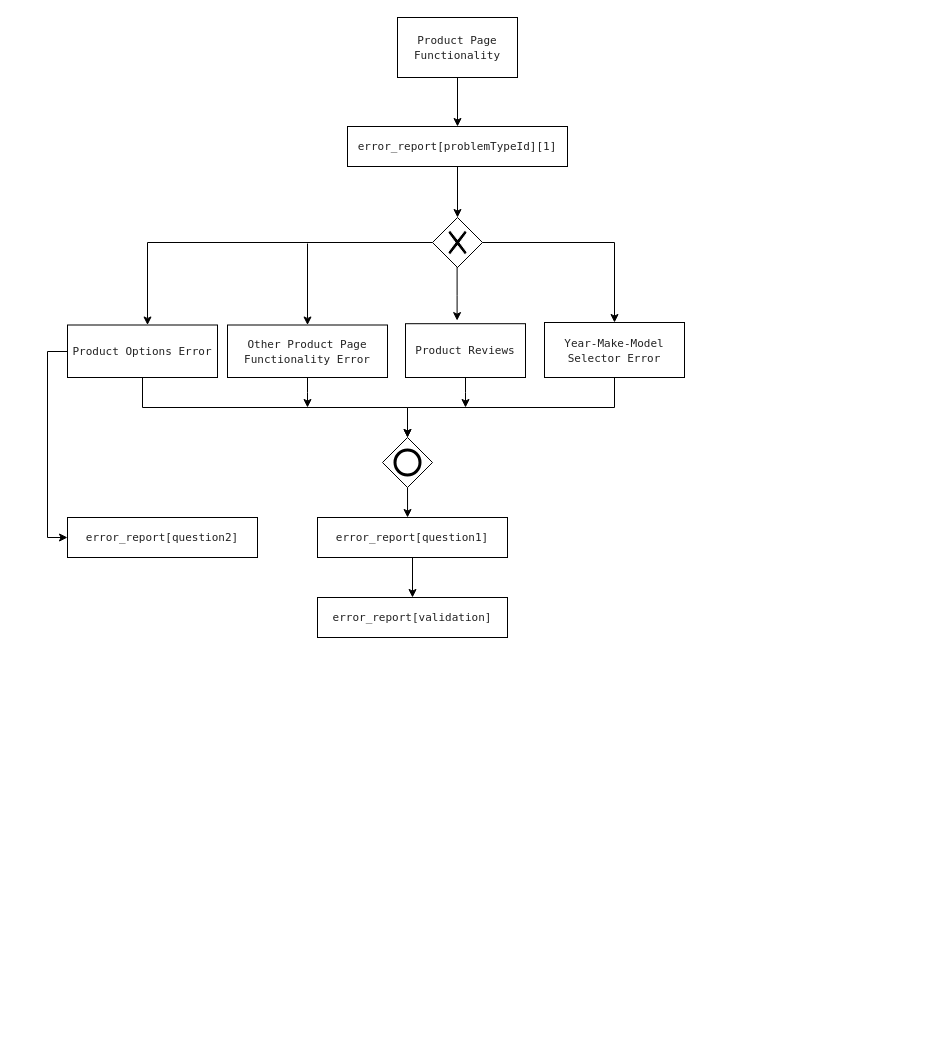
The draw.io diagram page "Product Page Functionality" (6 of 11) of report-error.drawio in yvelio/test, before the edit. Source tidied: cells renumbered, new cells numbered last; positions are measured from the earlier drawing's top-left corner, leaving out a move shared by most shapes. Both pictures are drawn from the tidied source at 100%, with x=0, y=0 at pixel (17, -543).
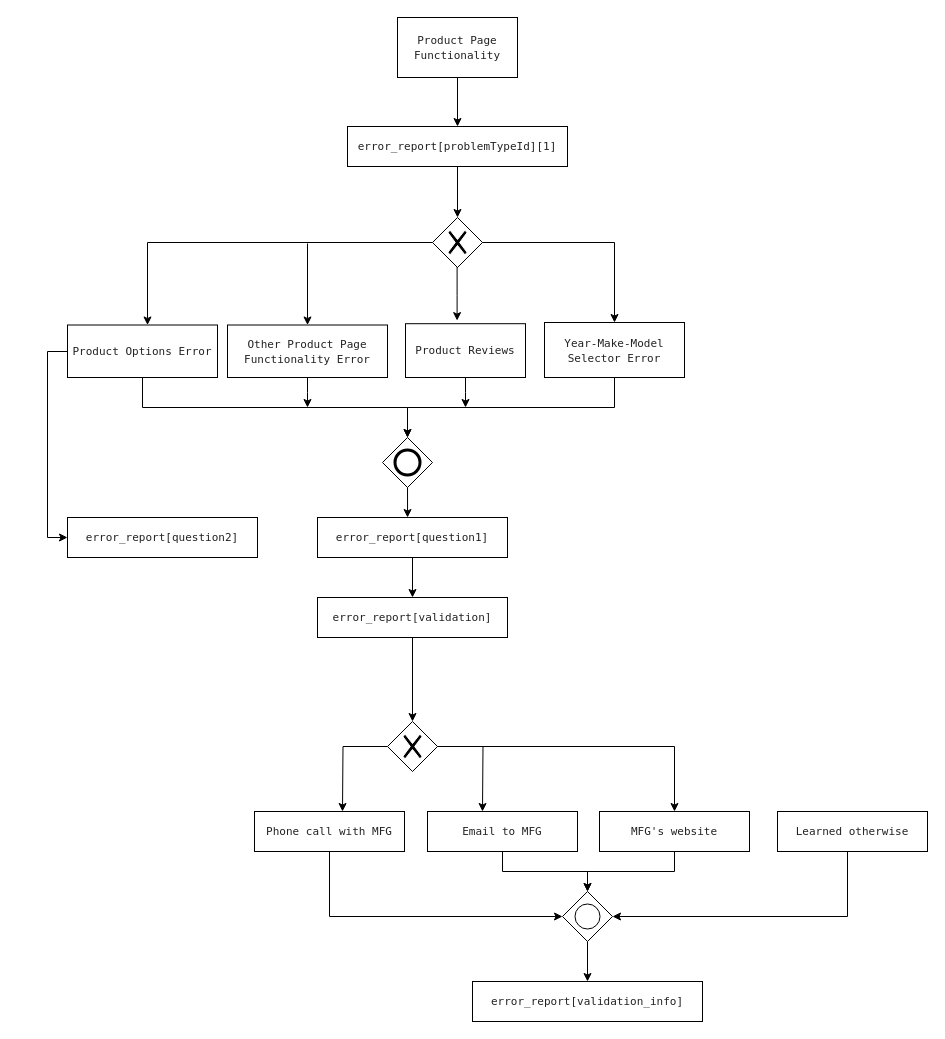
The same page after the edit.

Unchanged cells that the change refers to:
```xml
<mxCell id="19" value="&lt;span style=&quot;color: rgb(34 , 34 , 34) ; font-family: &amp;#34;menlo&amp;#34; , monospace ; font-size: 11px ; text-align: left ; background-color: rgb(255 , 255 , 255)&quot;&gt;error_report[validation]&lt;/span&gt;" style="whiteSpace=wrap;html=1;" parent="5" vertex="1">
  <mxGeometry x="300" y="380" width="190" height="40" as="geometry" />
</mxCell>
```

What changed in the source:
```diff
@@
+    <mxCell id="28" style="edgeStyle=orthogonalEdgeStyle;rounded=0;jettySize=auto;html=1;" parent="1" edge="1" source="42">
+      <mxGeometry relative="1" as="geometry">
+        <mxPoint x="465" y="1354" as="targetPoint" />
+      </mxGeometry>
+    </mxCell>
+    <mxCell id="29" style="edgeStyle=orthogonalEdgeStyle;rounded=0;jettySize=auto;html=1;" parent="1" edge="1" source="42">
+      <mxGeometry relative="1" as="geometry">
+        <mxPoint x="325" y="1354" as="targetPoint" />
+      </mxGeometry>
+    </mxCell>
+    <mxCell id="30" style="edgeStyle=orthogonalEdgeStyle;rounded=0;jettySize=auto;html=1;entryX=0.5;entryY=0;entryDx=0;entryDy=0;" parent="1" edge="1" source="42" target="38">
+      <mxGeometry relative="1" as="geometry" />
+    </mxCell>
+    <mxCell id="31" style="edgeStyle=orthogonalEdgeStyle;rounded=0;jettySize=auto;html=1;" parent="1" edge="1" source="32" target="41">
+      <mxGeometry relative="1" as="geometry" />
+    </mxCell>
+    <mxCell id="32" style="shape=mxgraph.bpmn.shape;html=1;verticalLabelPosition=bottom;labelBackgroundColor=#ffffff;verticalAlign=top;align=center;perimeter=rhombusPerimeter;background=gateway;outlineConnect=0;outline=standard;symbol=general;" parent="1" vertex="1">
+      <mxGeometry x="545" y="1434" width="50" height="50" as="geometry" />
+    </mxCell>
+    <mxCell id="33" style="edgeStyle=orthogonalEdgeStyle;rounded=0;jettySize=auto;html=1;entryX=0;entryY=0.5;entryDx=0;entryDy=0;" parent="1" edge="1" source="36" target="32">
+      <mxGeometry relative="1" as="geometry">
+        <Array as="points">
+          <mxPoint x="312" y="1459" />
+        </Array>
+      </mxGeometry>
+    </mxCell>
+    <mxCell id="34" style="edgeStyle=orthogonalEdgeStyle;rounded=0;jettySize=auto;html=1;" parent="1" edge="1" source="37" target="32">
+      <mxGeometry relative="1" as="geometry" />
+    </mxCell>
+    <mxCell id="35" style="edgeStyle=orthogonalEdgeStyle;rounded=0;jettySize=auto;html=1;" parent="1" edge="1" source="38" target="32">
+      <mxGeometry relative="1" as="geometry" />
+    </mxCell>
+    <mxCell id="36" value="&lt;span style=&quot;color: rgb(34 , 34 , 34) ; font-family: &amp;#34;menlo&amp;#34; , monospace ; font-size: 11px ; font-style: normal ; font-weight: 400 ; letter-spacing: normal ; text-align: left ; text-indent: 0px ; text-transform: none ; word-spacing: 0px ; background-color: rgb(255 , 255 , 255) ; display: inline ; float: none&quot;&gt;Phone call with MFG&lt;br&gt;    &lt;/span&gt;" style="whiteSpace=wrap;html=1;" parent="1" vertex="1">
+      <mxGeometry x="237" y="1354" width="150" height="40" as="geometry" />
+    </mxCell>
+    <mxCell id="37" value="&lt;span style=&quot;color: rgb(34 , 34 , 34) ; font-family: &amp;#34;menlo&amp;#34; , monospace ; font-size: 11px ; font-style: normal ; font-weight: 400 ; letter-spacing: normal ; text-align: left ; text-indent: 0px ; text-transform: none ; word-spacing: 0px ; background-color: rgb(255 , 255 , 255) ; display: inline ; float: none&quot;&gt;&lt;br class=&quot;Apple-interchange-newline&quot;&gt;&lt;span style=&quot;font-family: &amp;#34;menlo&amp;#34; , monospace&quot;&gt;Email to MFG&lt;br&gt;    &lt;/span&gt;&lt;br&gt;    &lt;/span&gt;" style="whiteSpace=wrap;html=1;" parent="1" vertex="1">
+      <mxGeometry x="410" y="1354" width="150" height="40" as="geometry" />
+    </mxCell>
+    <mxCell id="38" value="&lt;span style=&quot;color: rgb(34 , 34 , 34) ; font-family: &amp;#34;menlo&amp;#34; , monospace ; font-size: 11px ; font-style: normal ; font-weight: 400 ; letter-spacing: normal ; text-align: left ; text-indent: 0px ; text-transform: none ; word-spacing: 0px ; background-color: rgb(255 , 255 , 255) ; display: inline ; float: none&quot;&gt;&lt;br class=&quot;Apple-interchange-newline&quot;&gt;&lt;span style=&quot;font-family: &amp;#34;menlo&amp;#34; , monospace&quot;&gt;MFG's website&lt;br&gt;    &lt;/span&gt;&lt;br&gt;    &lt;/span&gt;" style="whiteSpace=wrap;html=1;" parent="1" vertex="1">
+      <mxGeometry x="582" y="1354" width="150" height="40" as="geometry" />
+    </mxCell>
+    <mxCell id="39" style="edgeStyle=orthogonalEdgeStyle;rounded=0;jettySize=auto;html=1;entryX=1;entryY=0.5;entryDx=0;entryDy=0;" parent="1" edge="1" target="32">
+      <mxGeometry relative="1" as="geometry">
+        <mxPoint x="830" y="1394" as="sourcePoint" />
+        <Array as="points">
+          <mxPoint x="830" y="1459" />
+        </Array>
+      </mxGeometry>
+    </mxCell>
+    <mxCell id="40" value="&lt;span style=&quot;color: rgb(34 , 34 , 34) ; font-family: &amp;#34;menlo&amp;#34; , monospace ; font-size: 11px ; font-style: normal ; font-weight: 400 ; letter-spacing: normal ; text-align: left ; text-indent: 0px ; text-transform: none ; word-spacing: 0px ; background-color: rgb(255 , 255 , 255) ; display: inline ; float: none&quot;&gt;&lt;span style=&quot;font-family: &amp;#34;menlo&amp;#34; , monospace&quot;&gt;Learned otherwise&lt;/span&gt;&lt;br&gt;    &lt;/span&gt;" style="whiteSpace=wrap;html=1;" parent="1" vertex="1">
+      <mxGeometry x="760" y="1354" width="150" height="40" as="geometry" />
+    </mxCell>
+    <mxCell id="41" value="&lt;span style=&quot;color: rgb(34 , 34 , 34) ; font-family: &amp;#34;menlo&amp;#34; , monospace ; font-size: 11px ; text-align: left ; background-color: rgb(255 , 255 , 255)&quot;&gt;error_report[validation_info]&lt;/span&gt;" style="whiteSpace=wrap;html=1;" parent="1" vertex="1">
+      <mxGeometry x="455" y="1524" width="230" height="40" as="geometry" />
+    </mxCell>
+    <mxCell id="42" style="shape=mxgraph.bpmn.shape;html=1;verticalLabelPosition=bottom;labelBackgroundColor=#ffffff;verticalAlign=top;align=center;perimeter=rhombusPerimeter;background=gateway;outlineConnect=0;outline=none;symbol=exclusiveGw;" parent="1" vertex="1">
+      <mxGeometry x="370" y="1264" width="50" height="50" as="geometry" />
+    </mxCell>
+    <mxCell id="43" style="edgeStyle=orthogonalEdgeStyle;rounded=0;jettySize=auto;html=1;" parent="1" edge="1" source="19" target="42">
+      <mxGeometry relative="1" as="geometry" />
+    </mxCell>
```
